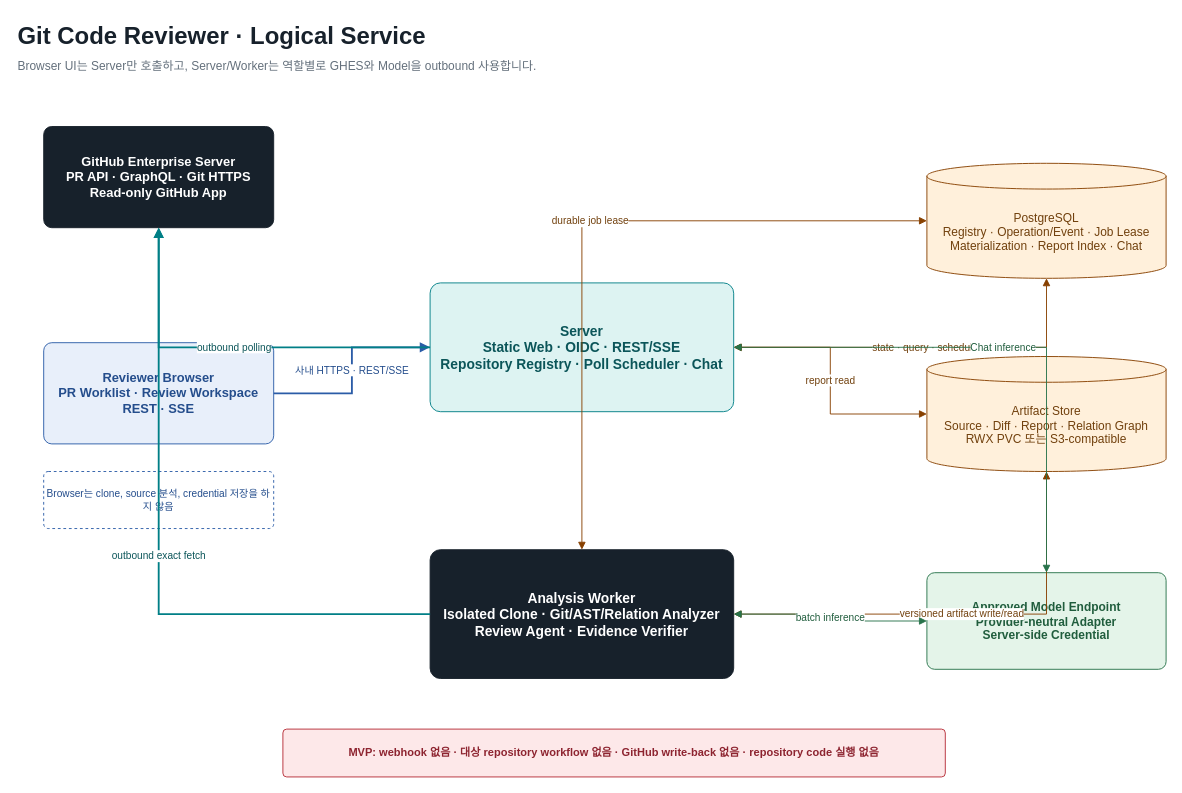
Earlier version of the draw.io diagram page "1. Logical Service" (1 of 2) of .documents/visuals/git-code-reviewer.drawio (pydemia/git-code-reviewer). Source tidied: cells renumbered, new cells numbered last; positions are measured from the earlier drawing's top-left corner, leaving out a move shared by most shapes. Both pictures are drawn from the tidied source at 92%, with x=0, y=0 at pixel (16, 16).
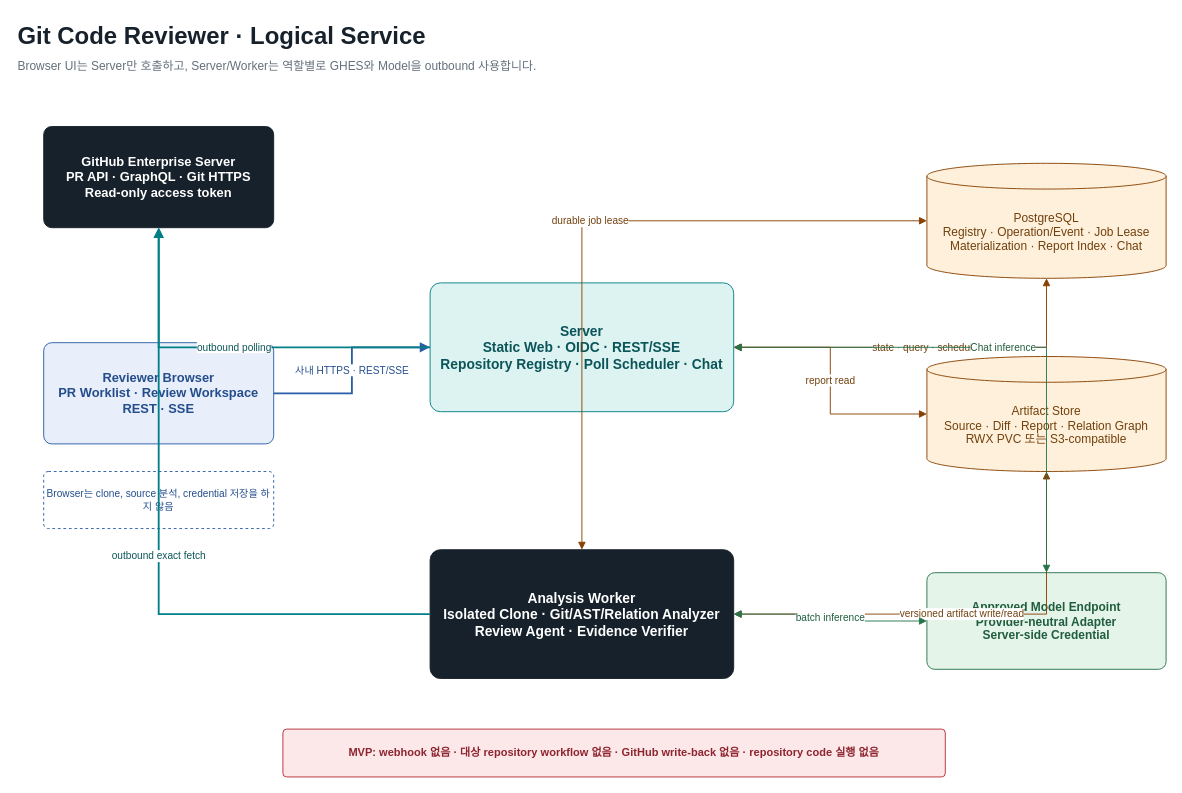
The same diagram, later.

What changed in the source:
```diff
@@
-    <mxCell id="4" value="GitHub Enterprise Server&#10;PR API · GraphQL · Git HTTPS&#10;Read-only GitHub App" style="rounded=1;whiteSpace=wrap;html=1;fillColor=#17212B;strokeColor=#17212B;fontColor=#FFFFFF;fontSize=14;fontStyle=1;arcSize=8;" parent="1" vertex="1">
+    <mxCell id="4" value="GitHub Enterprise Server&#10;PR API · GraphQL · Git HTTPS&#10;Read-only access token" style="rounded=1;whiteSpace=wrap;html=1;fillColor=#17212B;strokeColor=#17212B;fontColor=#FFFFFF;fontSize=14;fontStyle=1;arcSize=8;" parent="1" vertex="1">
       <mxGeometry x="30" y="120" width="250" height="110" as="geometry" />
     </mxCell>
```
